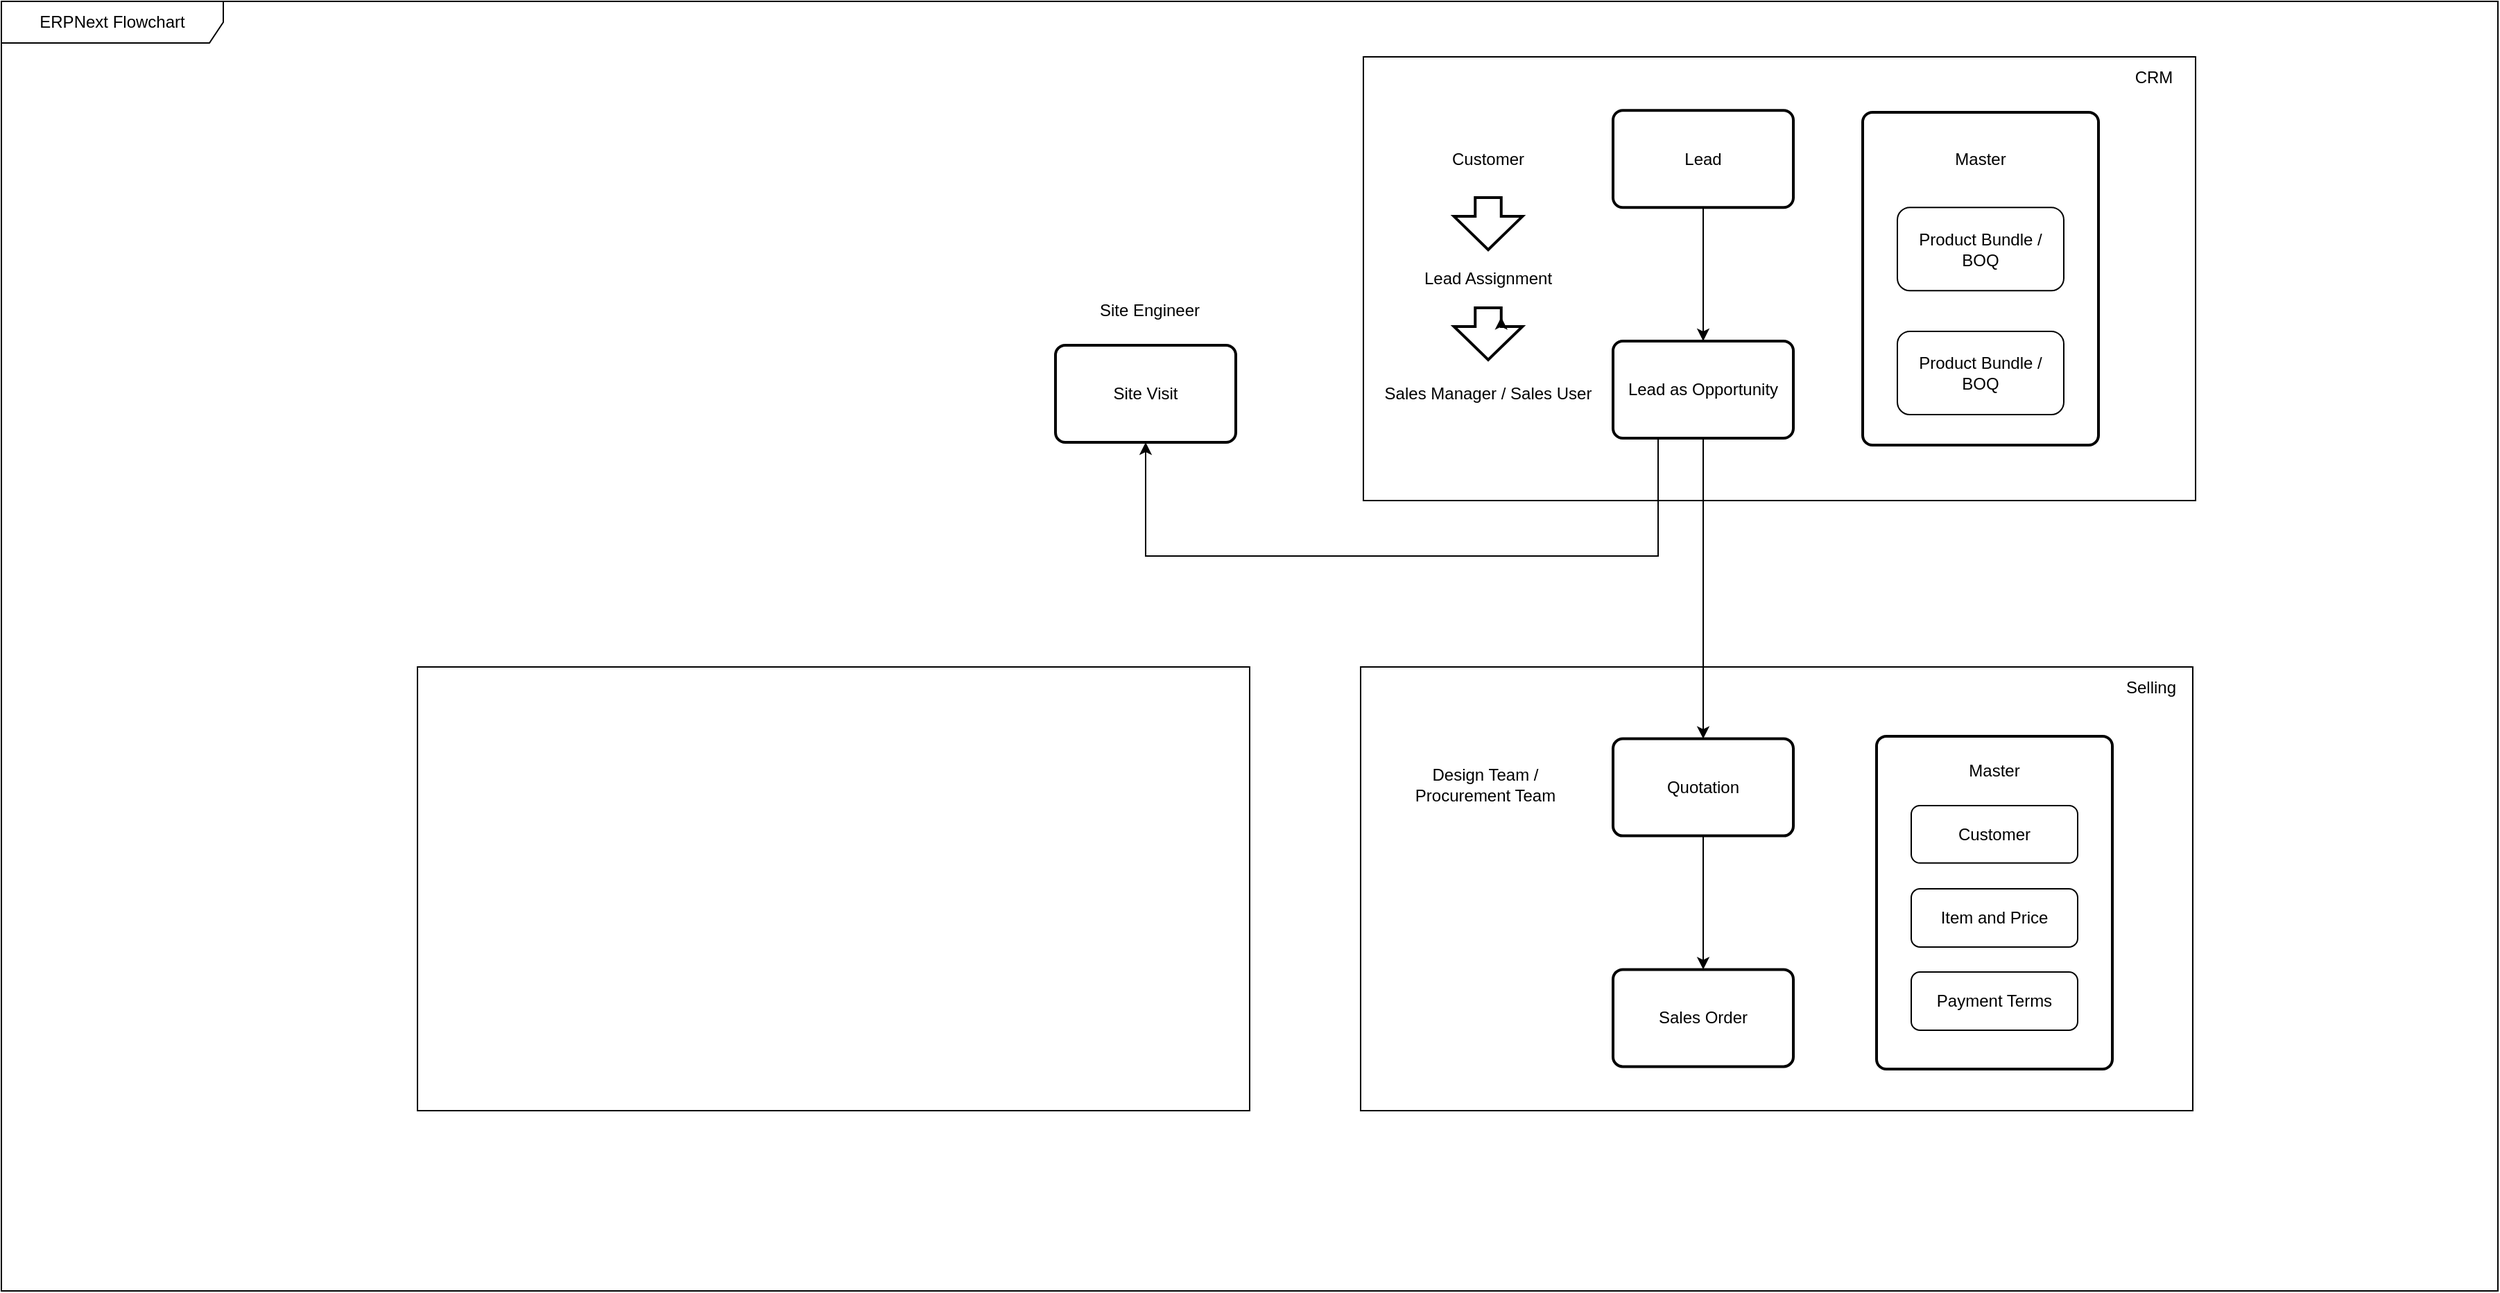
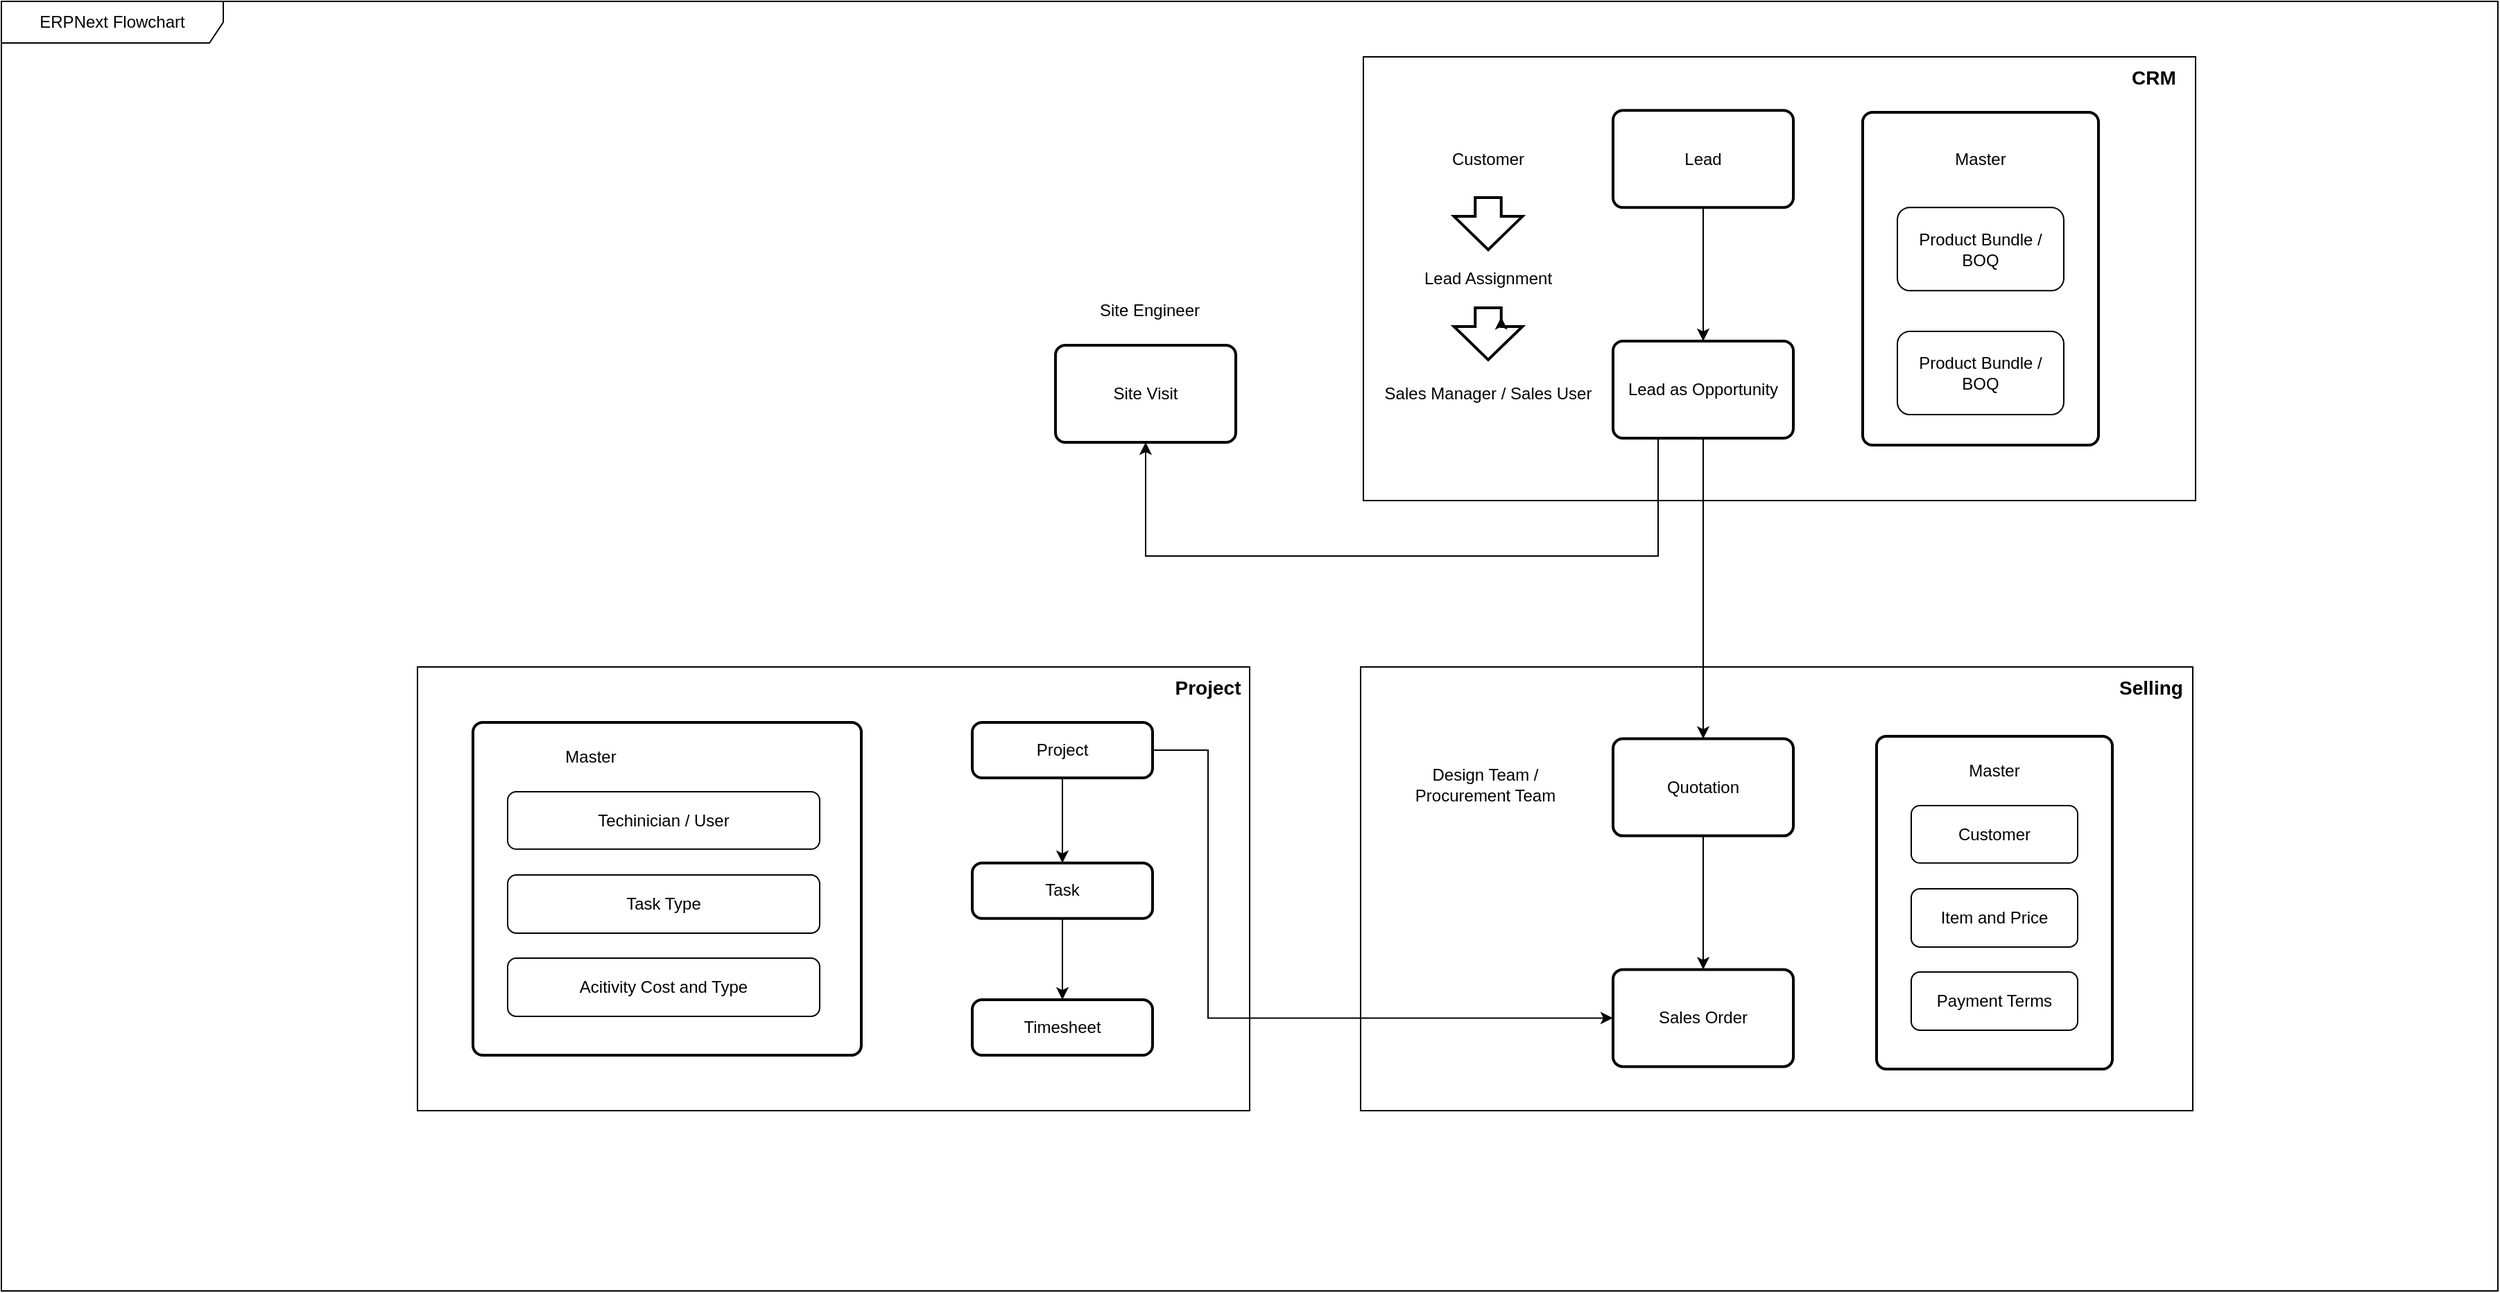
<mxfile host="Electron" agent="Mozilla/5.0 (Windows NT 10.0; Win64; x64) AppleWebKit/537.36 (KHTML, like Gecko) draw.io/28.2.5 Chrome/138.0.7204.251 Electron/37.6.1 Safari/537.36" version="28.2.5">
  <diagram name="ERPNext-Flowchart" id="5VQpRf3UxsrrhgqVb7EB">
    <mxGraphModel dx="1938" dy="537" grid="1" gridSize="10" guides="1" tooltips="1" connect="1" arrows="1" fold="1" page="1" pageScale="1" pageWidth="827" pageHeight="1169" math="0" shadow="0">
      <root>
        <mxCell id="0" />
        <mxCell id="1" parent="0" />
        <mxCell id="KllrkMzeH1JwtFpocHV2-1" value="ERPNext Flowchart" style="shape=umlFrame;whiteSpace=wrap;html=1;pointerEvents=0;recursiveResize=0;container=1;collapsible=0;width=160;" parent="1" vertex="1">
          <mxGeometry x="-620" y="200" width="1800" height="930" as="geometry" />
        </mxCell>
        <mxCell id="KllrkMzeH1JwtFpocHV2-4" value="" style="rounded=0;whiteSpace=wrap;html=1;" parent="KllrkMzeH1JwtFpocHV2-1" vertex="1">
          <mxGeometry x="982" y="40" width="600" height="320" as="geometry" />
        </mxCell>
        <mxCell id="HzzqJf4aiWvtWUCyWPR2-2" value="" style="rounded=0;whiteSpace=wrap;html=1;" parent="KllrkMzeH1JwtFpocHV2-1" vertex="1">
          <mxGeometry x="980" y="480" width="600" height="320" as="geometry" />
        </mxCell>
-         <mxCell id="KllrkMzeH1JwtFpocHV2-5" value="CRM" style="text;html=1;align=center;verticalAlign=middle;whiteSpace=wrap;rounded=0;" parent="KllrkMzeH1JwtFpocHV2-1" vertex="1">
+         <mxCell id="KllrkMzeH1JwtFpocHV2-5" value="&lt;b&gt;&lt;font style=&quot;font-size: 14px;&quot;&gt;CRM&lt;/font&gt;&lt;/b&gt;" style="text;html=1;align=center;verticalAlign=middle;whiteSpace=wrap;rounded=0;" parent="KllrkMzeH1JwtFpocHV2-1" vertex="1">
          <mxGeometry x="1522" y="40" width="60" height="30" as="geometry" />
        </mxCell>
        <mxCell id="KllrkMzeH1JwtFpocHV2-8" style="edgeStyle=orthogonalEdgeStyle;rounded=0;orthogonalLoop=1;jettySize=auto;html=1;entryX=0.5;entryY=0;entryDx=0;entryDy=0;" parent="KllrkMzeH1JwtFpocHV2-1" source="KllrkMzeH1JwtFpocHV2-6" target="KllrkMzeH1JwtFpocHV2-7" edge="1">
          <mxGeometry relative="1" as="geometry" />
        </mxCell>
        <mxCell id="KllrkMzeH1JwtFpocHV2-6" value="Lead" style="rounded=1;whiteSpace=wrap;html=1;absoluteArcSize=1;arcSize=14;strokeWidth=2;" parent="KllrkMzeH1JwtFpocHV2-1" vertex="1">
          <mxGeometry x="1162" y="78.62" width="130" height="70" as="geometry" />
        </mxCell>
        <mxCell id="HfOkyrBZXoMukZalgRzS-3" style="edgeStyle=orthogonalEdgeStyle;rounded=0;orthogonalLoop=1;jettySize=auto;html=1;exitX=0.25;exitY=1;exitDx=0;exitDy=0;entryX=0.5;entryY=1;entryDx=0;entryDy=0;" parent="KllrkMzeH1JwtFpocHV2-1" source="KllrkMzeH1JwtFpocHV2-7" target="HfOkyrBZXoMukZalgRzS-1" edge="1">
          <mxGeometry relative="1" as="geometry">
            <Array as="points">
              <mxPoint x="1195" y="400" />
              <mxPoint x="825" y="400" />
            </Array>
          </mxGeometry>
        </mxCell>
-         <mxCell id="9vPmLMj-lYNAUNwBxfTh-4" style="edgeStyle=orthogonalEdgeStyle;rounded=0;orthogonalLoop=1;jettySize=auto;html=1;" edge="1" parent="KllrkMzeH1JwtFpocHV2-1" source="KllrkMzeH1JwtFpocHV2-7" target="9vPmLMj-lYNAUNwBxfTh-2">
+         <mxCell id="9vPmLMj-lYNAUNwBxfTh-4" style="edgeStyle=orthogonalEdgeStyle;rounded=0;orthogonalLoop=1;jettySize=auto;html=1;" parent="KllrkMzeH1JwtFpocHV2-1" source="KllrkMzeH1JwtFpocHV2-7" target="9vPmLMj-lYNAUNwBxfTh-2" edge="1">
          <mxGeometry relative="1" as="geometry" />
        </mxCell>
        <mxCell id="KllrkMzeH1JwtFpocHV2-7" value="Lead as Opportunity" style="rounded=1;whiteSpace=wrap;html=1;absoluteArcSize=1;arcSize=14;strokeWidth=2;" parent="KllrkMzeH1JwtFpocHV2-1" vertex="1">
          <mxGeometry x="1162" y="245" width="130" height="70" as="geometry" />
        </mxCell>
        <mxCell id="C1Wobmr2DnB0NistbBoQ-4" value="Customer" style="text;html=1;align=center;verticalAlign=middle;whiteSpace=wrap;rounded=0;" parent="KllrkMzeH1JwtFpocHV2-1" vertex="1">
          <mxGeometry x="982" y="98.62" width="180" height="30" as="geometry" />
        </mxCell>
        <mxCell id="C1Wobmr2DnB0NistbBoQ-7" value="Sales Manager / Sales User" style="text;html=1;align=center;verticalAlign=middle;whiteSpace=wrap;rounded=0;" parent="KllrkMzeH1JwtFpocHV2-1" vertex="1">
          <mxGeometry x="982" y="268" width="180" height="30" as="geometry" />
        </mxCell>
        <mxCell id="C1Wobmr2DnB0NistbBoQ-9" value="" style="verticalLabelPosition=bottom;verticalAlign=top;html=1;strokeWidth=2;shape=mxgraph.arrows2.arrow;dy=0.62;dx=24;notch=0;rotation=90;" parent="KllrkMzeH1JwtFpocHV2-1" vertex="1">
          <mxGeometry x="1053.25" y="135.62" width="37.5" height="49.38" as="geometry" />
        </mxCell>
        <mxCell id="C1Wobmr2DnB0NistbBoQ-10" value="" style="verticalLabelPosition=bottom;verticalAlign=top;html=1;strokeWidth=2;shape=mxgraph.arrows2.arrow;dy=0.62;dx=24;notch=0;rotation=90;" parent="KllrkMzeH1JwtFpocHV2-1" vertex="1">
          <mxGeometry x="1053.25" y="215" width="37.5" height="49.38" as="geometry" />
        </mxCell>
        <mxCell id="mgzSuXylah5s0_LilTAz-1" value="" style="rounded=1;whiteSpace=wrap;html=1;absoluteArcSize=1;arcSize=14;strokeWidth=2;" parent="KllrkMzeH1JwtFpocHV2-1" vertex="1">
          <mxGeometry x="1342" y="80" width="170" height="240" as="geometry" />
        </mxCell>
        <mxCell id="mgzSuXylah5s0_LilTAz-3" value="Master" style="text;html=1;align=center;verticalAlign=middle;whiteSpace=wrap;rounded=0;" parent="KllrkMzeH1JwtFpocHV2-1" vertex="1">
          <mxGeometry x="1397" y="98.62" width="60" height="30" as="geometry" />
        </mxCell>
        <mxCell id="mgzSuXylah5s0_LilTAz-4" value="Product Bundle / BOQ" style="rounded=1;whiteSpace=wrap;html=1;" parent="KllrkMzeH1JwtFpocHV2-1" vertex="1">
          <mxGeometry x="1367" y="148.62" width="120" height="60" as="geometry" />
        </mxCell>
        <mxCell id="mgzSuXylah5s0_LilTAz-5" value="Product Bundle / BOQ" style="rounded=1;whiteSpace=wrap;html=1;" parent="KllrkMzeH1JwtFpocHV2-1" vertex="1">
          <mxGeometry x="1367" y="238" width="120" height="60" as="geometry" />
        </mxCell>
        <mxCell id="C1Wobmr2DnB0NistbBoQ-6" value="Lead Assignment" style="text;html=1;align=center;verticalAlign=middle;whiteSpace=wrap;rounded=0;" parent="KllrkMzeH1JwtFpocHV2-1" vertex="1">
          <mxGeometry x="982" y="185" width="180" height="30" as="geometry" />
        </mxCell>
        <mxCell id="mgzSuXylah5s0_LilTAz-6" style="edgeStyle=orthogonalEdgeStyle;rounded=0;orthogonalLoop=1;jettySize=auto;html=1;exitX=0;exitY=0;exitDx=13.5;exitDy=15.3078;exitPerimeter=0;entryX=0;entryY=0;entryDx=6.75;entryDy=15.3078;entryPerimeter=0;" parent="KllrkMzeH1JwtFpocHV2-1" source="C1Wobmr2DnB0NistbBoQ-10" target="C1Wobmr2DnB0NistbBoQ-10" edge="1">
          <mxGeometry relative="1" as="geometry" />
        </mxCell>
        <mxCell id="HfOkyrBZXoMukZalgRzS-1" value="Site Visit" style="rounded=1;whiteSpace=wrap;html=1;absoluteArcSize=1;arcSize=14;strokeWidth=2;" parent="KllrkMzeH1JwtFpocHV2-1" vertex="1">
          <mxGeometry x="760" y="248" width="130" height="70" as="geometry" />
        </mxCell>
        <mxCell id="HfOkyrBZXoMukZalgRzS-2" value="Site Engineer" style="text;html=1;align=center;verticalAlign=middle;whiteSpace=wrap;rounded=0;" parent="KllrkMzeH1JwtFpocHV2-1" vertex="1">
          <mxGeometry x="763" y="208" width="130" height="30" as="geometry" />
        </mxCell>
        <mxCell id="HzzqJf4aiWvtWUCyWPR2-1" value="" style="rounded=0;whiteSpace=wrap;html=1;" parent="KllrkMzeH1JwtFpocHV2-1" vertex="1">
          <mxGeometry x="300" y="480" width="600" height="320" as="geometry" />
        </mxCell>
-         <mxCell id="HzzqJf4aiWvtWUCyWPR2-3" value="Selling" style="text;html=1;align=center;verticalAlign=middle;whiteSpace=wrap;rounded=0;" parent="KllrkMzeH1JwtFpocHV2-1" vertex="1">
+         <mxCell id="HzzqJf4aiWvtWUCyWPR2-3" value="&lt;b&gt;&lt;font style=&quot;font-size: 14px;&quot;&gt;Selling&lt;/font&gt;&lt;/b&gt;" style="text;html=1;align=center;verticalAlign=middle;whiteSpace=wrap;rounded=0;" parent="KllrkMzeH1JwtFpocHV2-1" vertex="1">
          <mxGeometry x="1520" y="480" width="60" height="30" as="geometry" />
        </mxCell>
        <mxCell id="HzzqJf4aiWvtWUCyWPR2-4" value="" style="rounded=1;whiteSpace=wrap;html=1;absoluteArcSize=1;arcSize=14;strokeWidth=2;" parent="KllrkMzeH1JwtFpocHV2-1" vertex="1">
          <mxGeometry x="1352" y="530" width="170" height="240" as="geometry" />
        </mxCell>
        <mxCell id="HzzqJf4aiWvtWUCyWPR2-5" value="Master" style="text;html=1;align=center;verticalAlign=middle;whiteSpace=wrap;rounded=0;" parent="KllrkMzeH1JwtFpocHV2-1" vertex="1">
          <mxGeometry x="1407" y="540" width="60" height="30" as="geometry" />
        </mxCell>
        <mxCell id="HzzqJf4aiWvtWUCyWPR2-6" value="Customer" style="rounded=1;whiteSpace=wrap;html=1;" parent="KllrkMzeH1JwtFpocHV2-1" vertex="1">
          <mxGeometry x="1377" y="580" width="120" height="41.38" as="geometry" />
        </mxCell>
        <mxCell id="HzzqJf4aiWvtWUCyWPR2-7" value="Item and Price" style="rounded=1;whiteSpace=wrap;html=1;" parent="KllrkMzeH1JwtFpocHV2-1" vertex="1">
          <mxGeometry x="1377" y="640" width="120" height="42" as="geometry" />
        </mxCell>
        <mxCell id="HzzqJf4aiWvtWUCyWPR2-8" value="Payment Terms" style="rounded=1;whiteSpace=wrap;html=1;" parent="KllrkMzeH1JwtFpocHV2-1" vertex="1">
          <mxGeometry x="1377" y="700" width="120" height="42" as="geometry" />
        </mxCell>
-         <mxCell id="9vPmLMj-lYNAUNwBxfTh-1" style="edgeStyle=orthogonalEdgeStyle;rounded=0;orthogonalLoop=1;jettySize=auto;html=1;entryX=0.5;entryY=0;entryDx=0;entryDy=0;" edge="1" parent="KllrkMzeH1JwtFpocHV2-1" source="9vPmLMj-lYNAUNwBxfTh-2" target="9vPmLMj-lYNAUNwBxfTh-3">
+         <mxCell id="9vPmLMj-lYNAUNwBxfTh-1" style="edgeStyle=orthogonalEdgeStyle;rounded=0;orthogonalLoop=1;jettySize=auto;html=1;entryX=0.5;entryY=0;entryDx=0;entryDy=0;" parent="KllrkMzeH1JwtFpocHV2-1" source="9vPmLMj-lYNAUNwBxfTh-2" target="9vPmLMj-lYNAUNwBxfTh-3" edge="1">
          <mxGeometry relative="1" as="geometry" />
        </mxCell>
-         <mxCell id="9vPmLMj-lYNAUNwBxfTh-2" value="Quotation" style="rounded=1;whiteSpace=wrap;html=1;absoluteArcSize=1;arcSize=14;strokeWidth=2;" vertex="1" parent="KllrkMzeH1JwtFpocHV2-1">
+         <mxCell id="9vPmLMj-lYNAUNwBxfTh-2" value="Quotation" style="rounded=1;whiteSpace=wrap;html=1;absoluteArcSize=1;arcSize=14;strokeWidth=2;" parent="KllrkMzeH1JwtFpocHV2-1" vertex="1">
          <mxGeometry x="1162" y="531.8100000000001" width="130" height="70" as="geometry" />
        </mxCell>
-         <mxCell id="9vPmLMj-lYNAUNwBxfTh-3" value="Sales Order" style="rounded=1;whiteSpace=wrap;html=1;absoluteArcSize=1;arcSize=14;strokeWidth=2;" vertex="1" parent="KllrkMzeH1JwtFpocHV2-1">
+         <mxCell id="9vPmLMj-lYNAUNwBxfTh-3" value="Sales Order" style="rounded=1;whiteSpace=wrap;html=1;absoluteArcSize=1;arcSize=14;strokeWidth=2;" parent="KllrkMzeH1JwtFpocHV2-1" vertex="1">
          <mxGeometry x="1162" y="698.19" width="130" height="70" as="geometry" />
        </mxCell>
-         <mxCell id="9vPmLMj-lYNAUNwBxfTh-5" value="Design Team / &lt;br&gt;Procurement Team" style="text;html=1;align=center;verticalAlign=middle;whiteSpace=wrap;rounded=0;" vertex="1" parent="KllrkMzeH1JwtFpocHV2-1">
+         <mxCell id="9vPmLMj-lYNAUNwBxfTh-5" value="Design Team / &lt;br&gt;Procurement Team" style="text;html=1;align=center;verticalAlign=middle;whiteSpace=wrap;rounded=0;" parent="KllrkMzeH1JwtFpocHV2-1" vertex="1">
          <mxGeometry x="980" y="550" width="180" height="30" as="geometry" />
+         </mxCell>
+         <mxCell id="2oqTBdLxuhPTP0U-nZZK-1" value="&lt;b&gt;&lt;font style=&quot;font-size: 14px;&quot;&gt;Project&lt;/font&gt;&lt;/b&gt;" style="text;html=1;align=center;verticalAlign=middle;whiteSpace=wrap;rounded=0;" vertex="1" parent="KllrkMzeH1JwtFpocHV2-1">
+           <mxGeometry x="840" y="480" width="60" height="30" as="geometry" />
+         </mxCell>
+         <mxCell id="2oqTBdLxuhPTP0U-nZZK-2" value="" style="rounded=1;whiteSpace=wrap;html=1;absoluteArcSize=1;arcSize=14;strokeWidth=2;" vertex="1" parent="KllrkMzeH1JwtFpocHV2-1">
+           <mxGeometry x="340" y="520" width="280" height="240" as="geometry" />
+         </mxCell>
+         <mxCell id="2oqTBdLxuhPTP0U-nZZK-3" value="Master" style="text;html=1;align=center;verticalAlign=middle;whiteSpace=wrap;rounded=0;" vertex="1" parent="KllrkMzeH1JwtFpocHV2-1">
+           <mxGeometry x="395" y="530" width="60" height="30" as="geometry" />
+         </mxCell>
+         <mxCell id="2oqTBdLxuhPTP0U-nZZK-4" value="Techinician / User" style="rounded=1;whiteSpace=wrap;html=1;" vertex="1" parent="KllrkMzeH1JwtFpocHV2-1">
+           <mxGeometry x="365" y="570" width="225" height="41.38" as="geometry" />
+         </mxCell>
+         <mxCell id="2oqTBdLxuhPTP0U-nZZK-5" value="Task Type" style="rounded=1;whiteSpace=wrap;html=1;" vertex="1" parent="KllrkMzeH1JwtFpocHV2-1">
+           <mxGeometry x="365" y="630" width="225" height="42" as="geometry" />
+         </mxCell>
+         <mxCell id="2oqTBdLxuhPTP0U-nZZK-6" value="Acitivity Cost and Type" style="rounded=1;whiteSpace=wrap;html=1;" vertex="1" parent="KllrkMzeH1JwtFpocHV2-1">
+           <mxGeometry x="365" y="690" width="225" height="42" as="geometry" />
+         </mxCell>
+         <mxCell id="2oqTBdLxuhPTP0U-nZZK-10" style="edgeStyle=orthogonalEdgeStyle;rounded=0;orthogonalLoop=1;jettySize=auto;html=1;entryX=0;entryY=0.5;entryDx=0;entryDy=0;" edge="1" parent="KllrkMzeH1JwtFpocHV2-1" source="2oqTBdLxuhPTP0U-nZZK-7" target="9vPmLMj-lYNAUNwBxfTh-3">
+           <mxGeometry relative="1" as="geometry">
+             <Array as="points">
+               <mxPoint x="870" y="540" />
+               <mxPoint x="870" y="733" />
+             </Array>
+           </mxGeometry>
+         </mxCell>
+         <mxCell id="2oqTBdLxuhPTP0U-nZZK-11" style="edgeStyle=orthogonalEdgeStyle;rounded=0;orthogonalLoop=1;jettySize=auto;html=1;entryX=0.5;entryY=0;entryDx=0;entryDy=0;" edge="1" parent="KllrkMzeH1JwtFpocHV2-1" source="2oqTBdLxuhPTP0U-nZZK-7" target="2oqTBdLxuhPTP0U-nZZK-8">
+           <mxGeometry relative="1" as="geometry" />
+         </mxCell>
+         <mxCell id="2oqTBdLxuhPTP0U-nZZK-7" value="Project" style="rounded=1;whiteSpace=wrap;html=1;absoluteArcSize=1;arcSize=14;strokeWidth=2;" vertex="1" parent="KllrkMzeH1JwtFpocHV2-1">
+           <mxGeometry x="700" y="520" width="130" height="40" as="geometry" />
+         </mxCell>
+         <mxCell id="2oqTBdLxuhPTP0U-nZZK-12" style="edgeStyle=orthogonalEdgeStyle;rounded=0;orthogonalLoop=1;jettySize=auto;html=1;entryX=0.5;entryY=0;entryDx=0;entryDy=0;" edge="1" parent="KllrkMzeH1JwtFpocHV2-1" source="2oqTBdLxuhPTP0U-nZZK-8" target="2oqTBdLxuhPTP0U-nZZK-9">
+           <mxGeometry relative="1" as="geometry" />
+         </mxCell>
+         <mxCell id="2oqTBdLxuhPTP0U-nZZK-8" value="Task" style="rounded=1;whiteSpace=wrap;html=1;absoluteArcSize=1;arcSize=14;strokeWidth=2;" vertex="1" parent="KllrkMzeH1JwtFpocHV2-1">
+           <mxGeometry x="700" y="621.38" width="130" height="40" as="geometry" />
+         </mxCell>
+         <mxCell id="2oqTBdLxuhPTP0U-nZZK-9" value="Timesheet" style="rounded=1;whiteSpace=wrap;html=1;absoluteArcSize=1;arcSize=14;strokeWidth=2;" vertex="1" parent="KllrkMzeH1JwtFpocHV2-1">
+           <mxGeometry x="700" y="720" width="130" height="40" as="geometry" />
        </mxCell>
      </root>
    </mxGraphModel>
  </diagram>
</mxfile>
